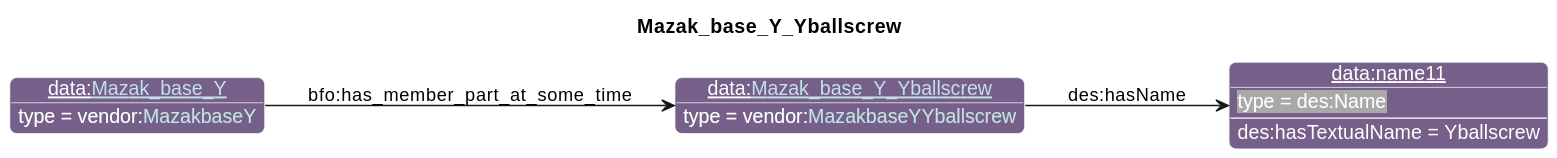
Before: diagrams/Mazak_base_Y_Yballscrew.svg, a diagram exported from PlantUML (iofoundry/example-syseng-mtconnect).
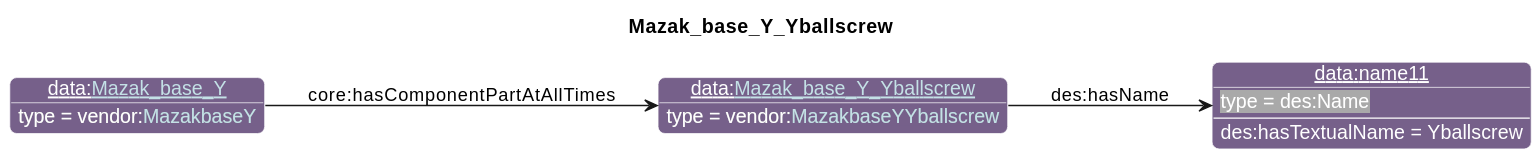
After the commit.

What changed in the source:
```diff
@@ -30,5 +30,5 @@
 individual(o2, data:[[./Mazak_base_Y.html Mazak_base_Y]], vendor:[[../Mazak.html#MazakbaseY MazakbaseY]])
 property(o0, "des:hasName", o1)
 data(o1, "des:hasTextualName", "Yballscrew")
-property(o2, "bfo:has_member_part_at_some_time", o0)
+property(o2, "core:hasComponentPartAtAllTimes", o0)
 @enduml
```
